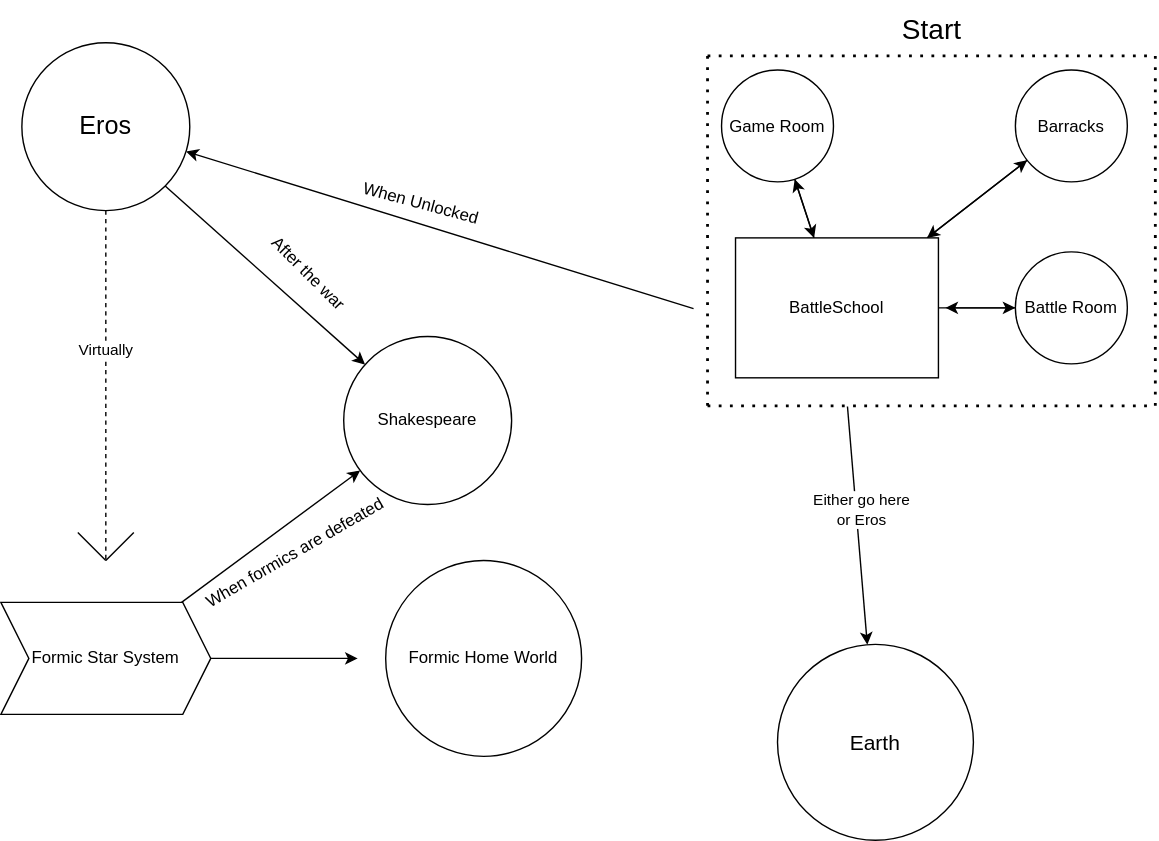
This is apps/server/spec/enders-game-map.drawio.svg from Clayal10/enders_game, a draw.io export, as it was before one commit. Source tidied: cells renumbered, new cells last; positions are measured from the earlier drawing's top-left corner, leaving out a move shared by most shapes.
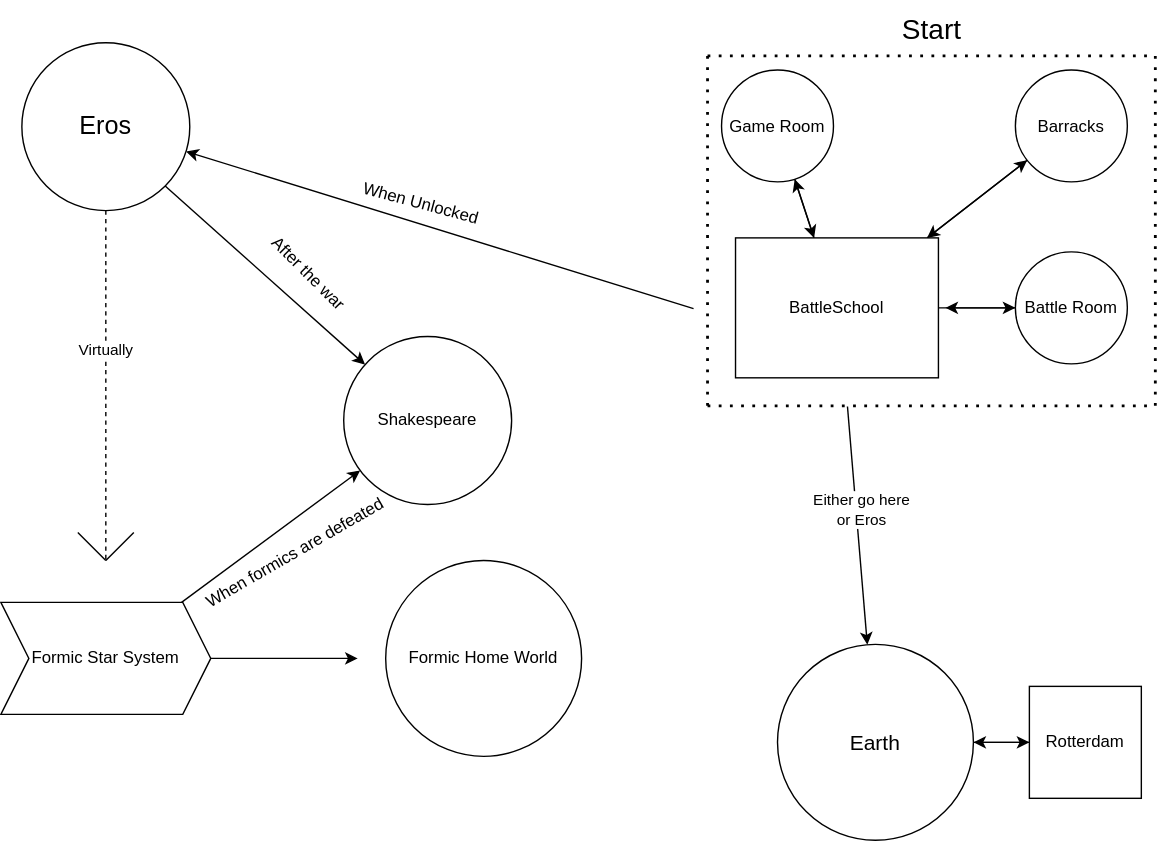
After the commit.

The edit, as a diff of the source:
```diff
@@ -106,6 +106,9 @@
     <mxCell id="26" value="Either go here&lt;div&gt;or Eros&lt;/div&gt;" style="edgeLabel;html=1;align=center;verticalAlign=middle;" parent="25" vertex="1">
       <mxGeometry x="-0.13" y="3" relative="1" as="geometry" />
     </mxCell>
+    <mxCell id="35" style="edgeStyle=none;html=1;entryX=0;entryY=0.5;entryDx=0;entryDy=0;" parent="1" edge="1" source="27" target="37">
+      <mxGeometry relative="1" as="geometry" />
+    </mxCell>
     <mxCell id="27" value="&lt;font style=&quot;font-size: 15px;&quot;&gt;Earth&lt;/font&gt;" style="ellipse;whiteSpace=wrap;html=1;" parent="1" vertex="1">
       <mxGeometry x="555" y="460" width="140" height="140" as="geometry" />
     </mxCell>
@@ -132,5 +135,11 @@
     <mxCell id="34" value="When formics are defeated" style="text;html=1;align=center;verticalAlign=middle;strokeColor=none;fillColor=none;rotation=-30;" parent="1" vertex="1">
       <mxGeometry x="125" y="380" width="170" height="30" as="geometry" />
     </mxCell>
+    <mxCell id="36" style="edgeStyle=none;html=1;entryX=1;entryY=0.5;entryDx=0;entryDy=0;" parent="1" edge="1" source="37" target="27">
+      <mxGeometry relative="1" as="geometry" />
+    </mxCell>
+    <mxCell id="37" value="Rotterdam" style="whiteSpace=wrap;html=1;" parent="1" vertex="1">
+      <mxGeometry x="735" y="490" width="80" height="80" as="geometry" />
+    </mxCell>
   </root>
 </mxGraphModel>
```
